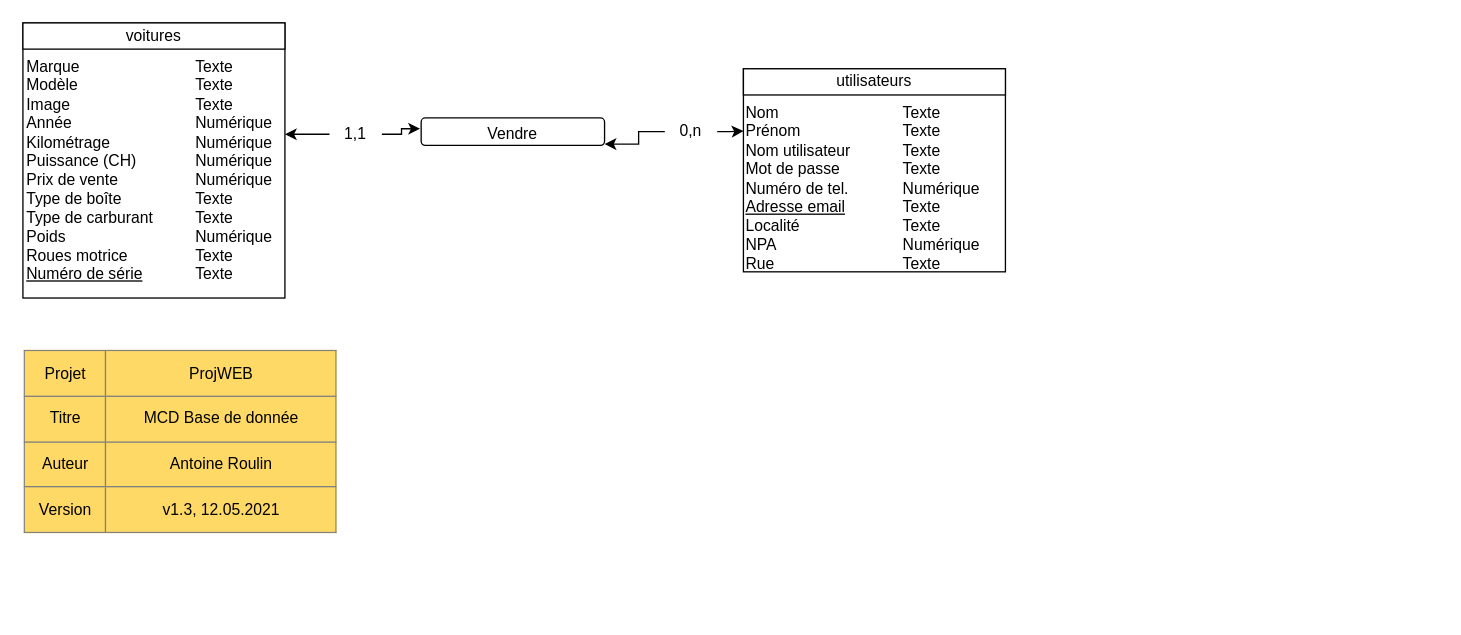
Above: doc/MCD/MCD_ProjWEB_CLASSICCAR_ARN-NED.drawio in NicolasGlassey/PROJWEB-INFOWEB (draw.io), before the change. Source tidied: cells renumbered, new cells numbered last; positions are measured from the earlier drawing's top-left corner, leaving out a move shared by most shapes. Both pictures are drawn from the tidied source at 131%, with x=0, y=0 at pixel (22, 22).
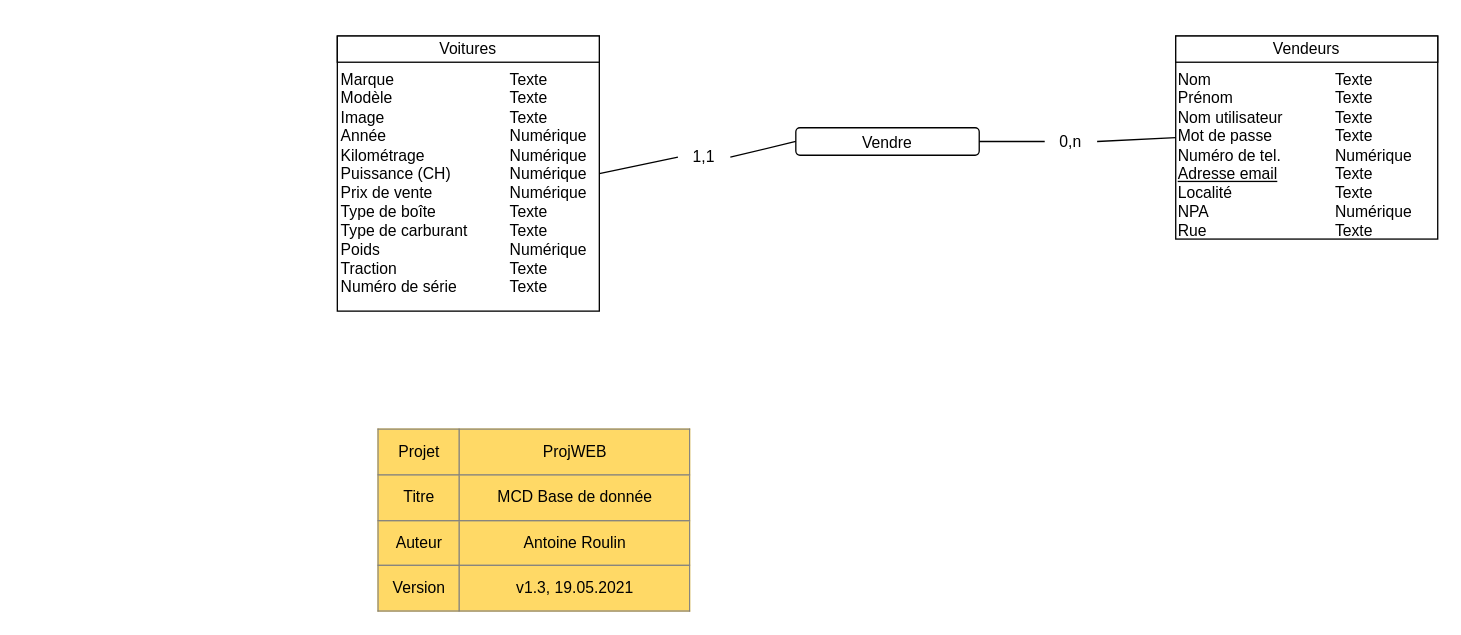
Above is the later version.

What changed in the source:
```diff
@@
-    <mxCell id="2" value="&lt;div style=&quot;box-sizing: border-box ; width: 100% ; padding: 2px&quot;&gt;&lt;br&gt;&lt;/div&gt;" style="verticalAlign=top;align=center;overflow=fill;html=1;rounded=0;shadow=0;comic=0;labelBackgroundColor=none;strokeColor=#000000;strokeWidth=1;fillColor=#ffffff;fontFamily=Verdana;fontSize=12;fontColor=#000000;" parent="1" vertex="1">
-      <mxGeometry width="200" height="210" as="geometry" />
-    </mxCell>
-    <mxCell id="3" value="voitures" style="rounded=0;whiteSpace=wrap;html=1;" parent="1" vertex="1">
-      <mxGeometry width="200" height="20" as="geometry" />
-    </mxCell>
-    <mxCell id="4" value="Marque&lt;br&gt;Modèle&lt;br&gt;Image&lt;br&gt;Année&lt;br&gt;Kilométrage&lt;br&gt;Puissance (CH)&lt;br&gt;Prix de vente&lt;br&gt;Type de boîte&lt;br&gt;Type de carburant&lt;br&gt;Poids&lt;br&gt;Roues motrice&lt;br&gt;&lt;u&gt;Numéro de série&lt;/u&gt;" style="text;html=1;strokeColor=none;fillColor=none;align=left;verticalAlign=top;whiteSpace=wrap;rounded=0;" parent="1" vertex="1">
-      <mxGeometry x="1" y="20" width="110" height="160" as="geometry" />
-    </mxCell>
+    <mxCell id="19" value="&lt;div style=&quot;box-sizing: border-box ; width: 100% ; padding: 2px&quot;&gt;&lt;br&gt;&lt;/div&gt;" style="verticalAlign=top;align=center;overflow=fill;html=1;rounded=0;shadow=0;comic=0;labelBackgroundColor=none;strokeColor=#000000;strokeWidth=1;fillColor=#ffffff;fontFamily=Verdana;fontSize=12;fontColor=#000000;" parent="1" vertex="1">
+      <mxGeometry x="240" y="10" width="200" height="210" as="geometry" />
+    </mxCell>
+    <mxCell id="20" value="Voitures" style="rounded=0;whiteSpace=wrap;html=1;" parent="1" vertex="1">
+      <mxGeometry x="240" y="10" width="200" height="20" as="geometry" />
+    </mxCell>
+    <mxCell id="21" value="Marque&lt;br&gt;Modèle&lt;br&gt;Image&lt;br&gt;Année&lt;br&gt;Kilométrage&lt;br&gt;Puissance (CH)&lt;br&gt;Prix de vente&lt;br&gt;Type de boîte&lt;br&gt;Type de carburant&lt;br&gt;Poids&lt;br&gt;Traction&lt;br&gt;Numéro de série" style="text;html=1;strokeColor=none;fillColor=none;align=left;verticalAlign=top;whiteSpace=wrap;rounded=0;" parent="1" vertex="1">
+      <mxGeometry x="241" y="30" width="110" height="180" as="geometry" />
+    </mxCell>
     <mxCell id="5" value="Texte&lt;br&gt;Texte&lt;br&gt;Texte&lt;br&gt;Numérique&lt;br&gt;Numérique&lt;br&gt;Numérique&lt;br&gt;Numérique&lt;br&gt;Texte&lt;br&gt;Texte&lt;br&gt;Numérique&lt;br&gt;Texte&lt;br&gt;Texte" style="text;html=1;strokeColor=none;fillColor=none;align=left;verticalAlign=top;whiteSpace=wrap;rounded=0;" parent="1" vertex="1">
-      <mxGeometry x="130" y="20" width="70" height="160" as="geometry" />
+      <mxGeometry x="370" y="30" width="70" height="180" as="geometry" />
     </mxCell>
-    <mxCell id="6" value="&lt;div style=&quot;box-sizing: border-box ; width: 100% ; padding: 2px&quot;&gt;&lt;br&gt;&lt;/div&gt;" style="verticalAlign=top;align=center;overflow=fill;html=1;rounded=0;shadow=0;comic=0;labelBackgroundColor=none;strokeColor=#000000;strokeWidth=1;fillColor=#ffffff;fontFamily=Verdana;fontSize=12;fontColor=#000000;" parent="1" vertex="1">
-      <mxGeometry x="550" y="35" width="200" height="155" as="geometry" />
-    </mxCell>
-    <mxCell id="7" value="utilisateurs" style="rounded=0;whiteSpace=wrap;html=1;" parent="1" vertex="1">
-      <mxGeometry x="550" y="35" width="200" height="20" as="geometry" />
-    </mxCell>
+    <mxCell id="22" value="&lt;div style=&quot;box-sizing: border-box ; width: 100% ; padding: 2px&quot;&gt;&lt;br&gt;&lt;/div&gt;" style="verticalAlign=top;align=center;overflow=fill;html=1;rounded=0;shadow=0;comic=0;labelBackgroundColor=none;strokeColor=#000000;strokeWidth=1;fillColor=#ffffff;fontFamily=Verdana;fontSize=12;fontColor=#000000;" parent="1" vertex="1">
+      <mxGeometry x="880" y="10" width="200" height="155" as="geometry" />
+    </mxCell>
+    <mxCell id="23" value="Vendeurs" style="rounded=0;whiteSpace=wrap;html=1;" parent="1" vertex="1">
+      <mxGeometry x="880" y="10" width="200" height="20" as="geometry" />
+    </mxCell>
     <mxCell id="8" value="Nom&lt;br&gt;Prénom&lt;br&gt;Nom utilisateur&lt;br&gt;Mot de passe&lt;br&gt;Numéro de tel.&lt;br&gt;&lt;u&gt;Adresse email&lt;/u&gt;&lt;br&gt;Localité&lt;br&gt;NPA&lt;br&gt;Rue" style="text;html=1;strokeColor=none;fillColor=none;align=left;verticalAlign=top;whiteSpace=wrap;rounded=0;" parent="1" vertex="1">
-      <mxGeometry x="550" y="55" width="100" height="110" as="geometry" />
+      <mxGeometry x="880" y="30" width="100" height="110" as="geometry" />
     </mxCell>
     <mxCell id="9" value="Texte&lt;br&gt;Texte&lt;br&gt;Texte&lt;br&gt;Texte&lt;br&gt;Numérique&lt;br&gt;Texte&lt;br&gt;Texte&lt;br&gt;Numérique&lt;br&gt;Texte" style="text;html=1;strokeColor=none;fillColor=none;align=left;verticalAlign=top;whiteSpace=wrap;rounded=0;" parent="1" vertex="1">
-      <mxGeometry x="670" y="55" width="80" height="110" as="geometry" />
+      <mxGeometry x="1000" y="30" width="80" height="110" as="geometry" />
     </mxCell>
-    <mxCell id="10" style="rounded=1;whiteSpace=wrap;html=1;" parent="1" vertex="1">
-      <mxGeometry x="304" y="72.5" width="140" height="21" as="geometry" />
-    </mxCell>
+    <mxCell id="24" style="rounded=1;whiteSpace=wrap;html=1;" parent="1" vertex="1">
+      <mxGeometry x="590" y="80" width="140" height="21" as="geometry" />
+    </mxCell>
     <mxCell id="11" value="Vendre" style="text;html=1;strokeColor=none;fillColor=none;align=center;verticalAlign=middle;whiteSpace=wrap;rounded=0;" parent="1" vertex="1">
-      <mxGeometry x="314" y="74.5" width="120" height="20" as="geometry" />
+      <mxGeometry x="600" y="82" width="120" height="20" as="geometry" />
     </mxCell>
-    <mxCell id="12" value="&lt;table border=&quot;1&quot; width=&quot;100%&quot; style=&quot;width: 100% ; height: 100% ; border-collapse: collapse&quot;&gt;&lt;tbody&gt;&lt;tr&gt;&lt;td align=&quot;center&quot;&gt;Projet&lt;/td&gt;&lt;td align=&quot;center&quot;&gt;ProjWEB&lt;/td&gt;&lt;/tr&gt;&lt;tr&gt;&lt;td align=&quot;center&quot;&gt;Titre&lt;/td&gt;&lt;td align=&quot;center&quot;&gt;MCD Base de donnée&lt;/td&gt;&lt;/tr&gt;&lt;tr&gt;&lt;td align=&quot;center&quot;&gt;Auteur&lt;/td&gt;&lt;td align=&quot;center&quot;&gt;Antoine Roulin&lt;/td&gt;&lt;/tr&gt;&lt;tr&gt;&lt;td style=&quot;text-align: center&quot;&gt;Version&lt;/td&gt;&lt;td style=&quot;text-align: center&quot;&gt;v1.3, 12.05.2021&lt;/td&gt;&lt;/tr&gt;&lt;/tbody&gt;&lt;/table&gt;" style="text;html=1;overflow=fill;labelBackgroundColor=#FFD966;" parent="1" vertex="1">
-      <mxGeometry x="1" y="250" width="239" height="140" as="geometry" />
-    </mxCell>
+    <mxCell id="25" value="&lt;table border=&quot;1&quot; width=&quot;100%&quot; style=&quot;width: 100% ; height: 100% ; border-collapse: collapse&quot;&gt;&lt;tbody&gt;&lt;tr&gt;&lt;td align=&quot;center&quot;&gt;Projet&lt;/td&gt;&lt;td align=&quot;center&quot;&gt;ProjWEB&lt;/td&gt;&lt;/tr&gt;&lt;tr&gt;&lt;td align=&quot;center&quot;&gt;Titre&lt;/td&gt;&lt;td align=&quot;center&quot;&gt;MCD Base de donnée&lt;/td&gt;&lt;/tr&gt;&lt;tr&gt;&lt;td align=&quot;center&quot;&gt;Auteur&lt;/td&gt;&lt;td align=&quot;center&quot;&gt;Antoine Roulin&lt;/td&gt;&lt;/tr&gt;&lt;tr&gt;&lt;td style=&quot;text-align: center&quot;&gt;Version&lt;/td&gt;&lt;td style=&quot;text-align: center&quot;&gt;v1.3, 19.05.2021&lt;/td&gt;&lt;/tr&gt;&lt;/tbody&gt;&lt;/table&gt;" style="text;html=1;overflow=fill;labelBackgroundColor=#FFD966;" parent="1" vertex="1">
+      <mxGeometry x="271" y="310" width="239" height="140" as="geometry" />
+    </mxCell>
+    <mxCell id="26" style="endArrow=none;html=1;exitX=1;exitY=0.5;exitDx=0;exitDy=0;entryX=0;entryY=0.5;entryDx=0;entryDy=0;startArrow=none;" parent="1" edge="1" source="13" target="24">
+      <mxGeometry relative="1" as="geometry" />
+    </mxCell>
     <mxCell id="13" value="1,1" style="text;html=1;strokeColor=none;fillColor=none;align=center;verticalAlign=middle;whiteSpace=wrap;rounded=0;" parent="1" vertex="1">
-      <mxGeometry x="234" y="72.5" width="40" height="25" as="geometry" />
+      <mxGeometry x="500" y="90" width="40" height="25" as="geometry" />
     </mxCell>
-    <mxCell id="14" style="endArrow=classic;html=1;rounded=0;edgeStyle=orthogonalEdgeStyle;entryX=1.017;entryY=0.116;entryDx=0;entryDy=0;exitX=0;exitY=0.5;exitDx=0;exitDy=0;entryPerimeter=0;fontStyle=1;" parent="1" edge="1" source="13">
-      <mxGeometry relative="1" as="geometry">
-        <mxPoint x="200" y="85" as="targetPoint" />
-      </mxGeometry>
-    </mxCell>
-    <mxCell id="15" style="endArrow=classic;html=1;rounded=0;edgeStyle=orthogonalEdgeStyle;entryX=-0.006;entryY=0.393;entryDx=0;entryDy=0;exitX=1;exitY=0.5;exitDx=0;exitDy=0;entryPerimeter=0;fontStyle=1;" parent="1" edge="1" source="13" target="10">
-      <mxGeometry relative="1" as="geometry" />
-    </mxCell>
+    <mxCell id="27" style="endArrow=none;html=1;exitX=1;exitY=0.5;exitDx=0;exitDy=0;entryX=0;entryY=0.5;entryDx=0;entryDy=0;" parent="1" edge="1" source="19" target="13">
+      <mxGeometry relative="1" as="geometry" />
+    </mxCell>
+    <mxCell id="28" style="endArrow=none;html=1;exitX=1;exitY=0.5;exitDx=0;exitDy=0;entryX=0;entryY=0.5;entryDx=0;entryDy=0;startArrow=none;" parent="1" edge="1" source="16" target="22">
+      <mxGeometry relative="1" as="geometry" />
+    </mxCell>
     <mxCell id="16" value="0,n" style="text;html=1;strokeColor=none;fillColor=none;align=center;verticalAlign=middle;whiteSpace=wrap;rounded=0;" parent="1" vertex="1">
-      <mxGeometry x="490" y="70.5" width="40" height="25" as="geometry" />
+      <mxGeometry x="780" y="78" width="40" height="25" as="geometry" />
     </mxCell>
-    <mxCell id="17" style="endArrow=classic;html=1;rounded=0;edgeStyle=orthogonalEdgeStyle;exitX=1;exitY=0.5;exitDx=0;exitDy=0;entryX=0;entryY=0.25;entryDx=0;entryDy=0;" parent="1" edge="1" source="16" target="8">
-      <mxGeometry relative="1" as="geometry" />
-    </mxCell>
-    <mxCell id="18" style="endArrow=classic;html=1;rounded=0;edgeStyle=orthogonalEdgeStyle;exitX=0;exitY=0.5;exitDx=0;exitDy=0;entryX=1;entryY=0;entryDx=0;entryDy=0;" parent="1" edge="1" source="16">
-      <mxGeometry relative="1" as="geometry">
-        <mxPoint x="444" y="92.5" as="targetPoint" />
-        <Array as="points">
-          <mxPoint x="490" y="83" />
-          <mxPoint x="470" y="83" />
-          <mxPoint x="470" y="93" />
-        </Array>
-      </mxGeometry>
-    </mxCell>
+    <mxCell id="29" style="endArrow=none;html=1;exitX=1;exitY=0.5;exitDx=0;exitDy=0;entryX=0;entryY=0.5;entryDx=0;entryDy=0;" parent="1" edge="1" source="24" target="16">
+      <mxGeometry relative="1" as="geometry" />
+    </mxCell>
```
